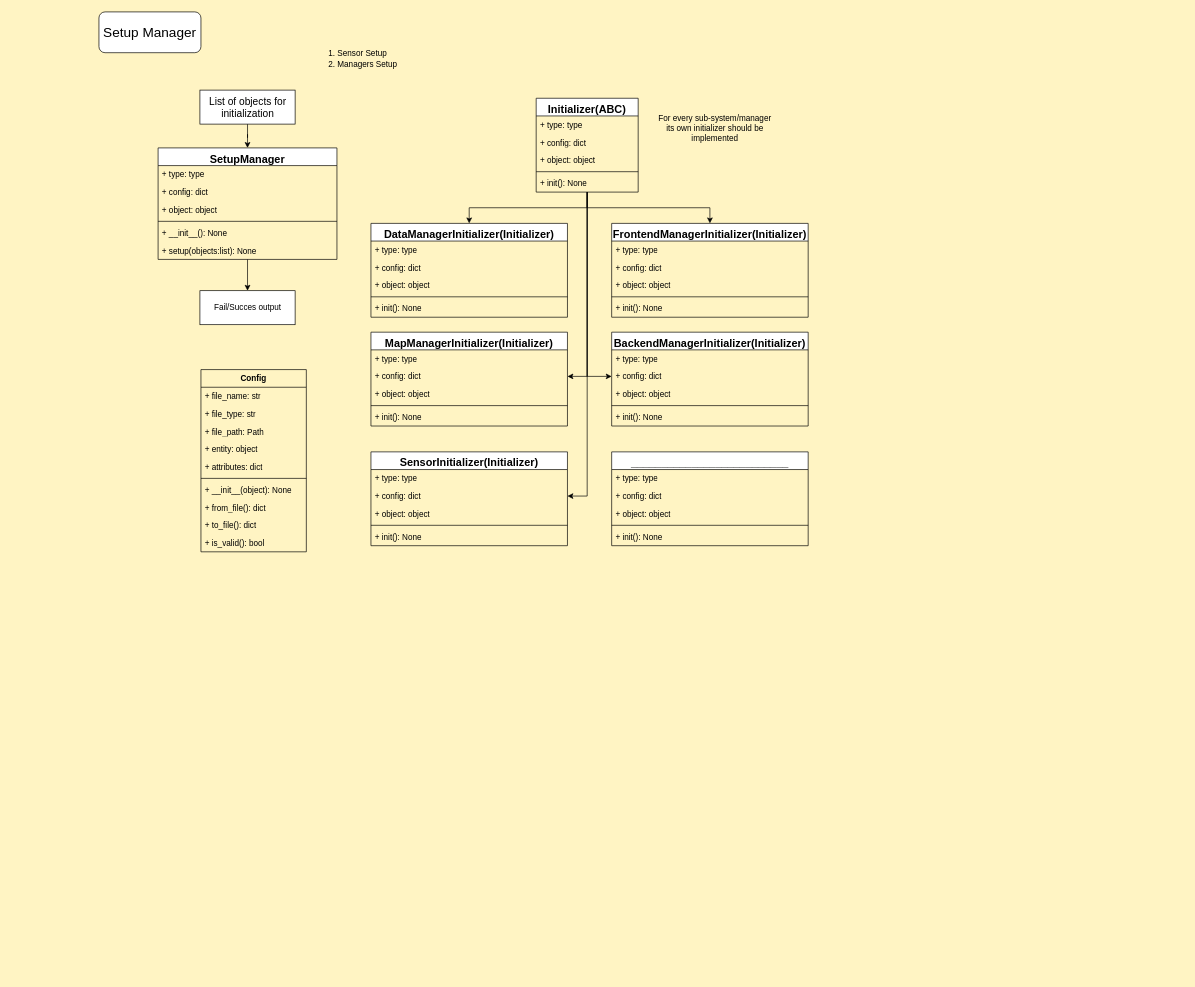
Before: docs/diagrams/SetupManager/SetupManager.drawio in fatrybl/ModuSLAM, a draw.io diagram. Source tidied: cells renumbered, new cells numbered last; positions are measured from the earlier drawing's top-left corner, leaving out a move shared by most shapes. Both pictures are drawn from the tidied source at 68%, with x=0, y=0 at pixel (99, 12).
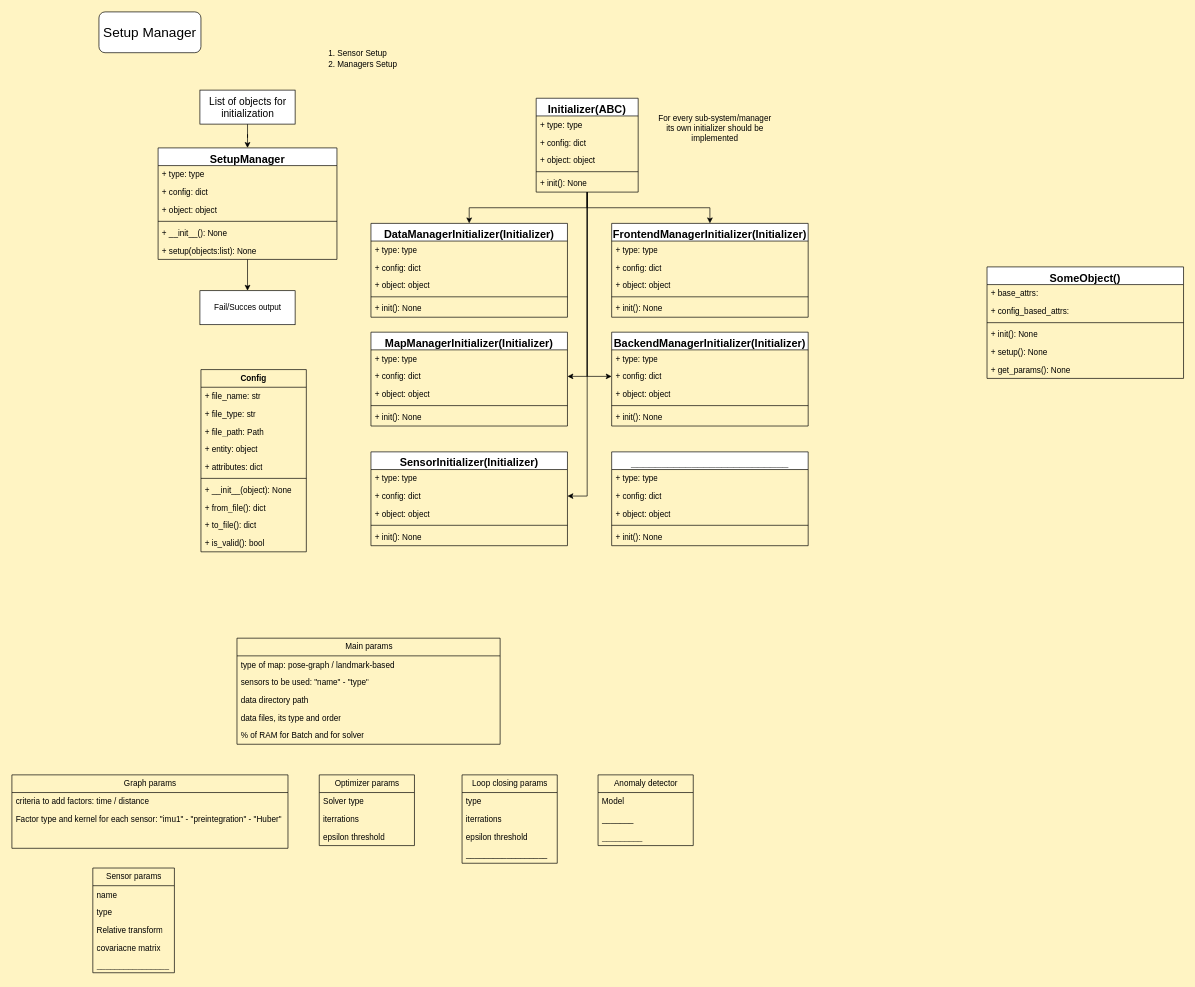
Above is the later version.

The edit, as a diff of the source:
```diff
@@
+    <mxCell id="74" value="Optimizer params" style="swimlane;fontStyle=0;horizontal=1;startSize=26;fillColor=none;html=1;" parent="1" vertex="1">
+      <mxGeometry x="324" y="1122" width="140" height="104" as="geometry" />
+    </mxCell>
+    <mxCell id="75" value="Solver type" style="text;strokeColor=none;fillColor=none;align=left;verticalAlign=top;spacingLeft=4;spacingRight=4;overflow=hidden;whiteSpace=wrap;html=1;" parent="74" vertex="1">
+      <mxGeometry y="26" width="140" height="26" as="geometry" />
+    </mxCell>
+    <mxCell id="76" value="iterrations" style="text;strokeColor=none;fillColor=none;align=left;verticalAlign=top;spacingLeft=4;spacingRight=4;overflow=hidden;whiteSpace=wrap;html=1;" parent="74" vertex="1">
+      <mxGeometry y="52" width="140" height="26" as="geometry" />
+    </mxCell>
+    <mxCell id="77" value="epsilon threshold" style="text;strokeColor=none;fillColor=none;align=left;verticalAlign=top;spacingLeft=4;spacingRight=4;overflow=hidden;whiteSpace=wrap;html=1;" parent="74" vertex="1">
+      <mxGeometry y="78" width="140" height="26" as="geometry" />
+    </mxCell>
+    <mxCell id="78" value="Loop closing params" style="swimlane;fontStyle=0;horizontal=1;startSize=26;fillColor=none;html=1;" parent="1" vertex="1">
+      <mxGeometry x="534" y="1122" width="140" height="130" as="geometry" />
+    </mxCell>
+    <mxCell id="79" value="type" style="text;strokeColor=none;fillColor=none;align=left;verticalAlign=top;spacingLeft=4;spacingRight=4;overflow=hidden;whiteSpace=wrap;html=1;" parent="78" vertex="1">
+      <mxGeometry y="26" width="140" height="26" as="geometry" />
+    </mxCell>
+    <mxCell id="80" value="iterrations" style="text;strokeColor=none;fillColor=none;align=left;verticalAlign=top;spacingLeft=4;spacingRight=4;overflow=hidden;whiteSpace=wrap;html=1;" parent="78" vertex="1">
+      <mxGeometry y="52" width="140" height="26" as="geometry" />
+    </mxCell>
+    <mxCell id="81" value="epsilon threshold" style="text;strokeColor=none;fillColor=none;align=left;verticalAlign=top;spacingLeft=4;spacingRight=4;overflow=hidden;whiteSpace=wrap;html=1;" parent="78" vertex="1">
+      <mxGeometry y="78" width="140" height="26" as="geometry" />
+    </mxCell>
+    <mxCell id="82" value="__________________&lt;br&gt;" style="text;strokeColor=none;fillColor=none;align=left;verticalAlign=top;spacingLeft=4;spacingRight=4;overflow=hidden;whiteSpace=wrap;html=1;" parent="78" vertex="1">
+      <mxGeometry y="104" width="140" height="26" as="geometry" />
+    </mxCell>
+    <mxCell id="83" value="Anomaly detector" style="swimlane;fontStyle=0;horizontal=1;startSize=26;fillColor=none;html=1;" parent="1" vertex="1">
+      <mxGeometry x="734" y="1122" width="140" height="104" as="geometry" />
+    </mxCell>
+    <mxCell id="84" value="Model" style="text;strokeColor=none;fillColor=none;align=left;verticalAlign=top;spacingLeft=4;spacingRight=4;overflow=hidden;whiteSpace=wrap;html=1;" parent="83" vertex="1">
+      <mxGeometry y="26" width="140" height="26" as="geometry" />
+    </mxCell>
+    <mxCell id="85" value="_______" style="text;strokeColor=none;fillColor=none;align=left;verticalAlign=top;spacingLeft=4;spacingRight=4;overflow=hidden;whiteSpace=wrap;html=1;" parent="83" vertex="1">
+      <mxGeometry y="52" width="140" height="26" as="geometry" />
+    </mxCell>
+    <mxCell id="86" value="_________" style="text;strokeColor=none;fillColor=none;align=left;verticalAlign=top;spacingLeft=4;spacingRight=4;overflow=hidden;whiteSpace=wrap;html=1;" parent="83" vertex="1">
+      <mxGeometry y="78" width="140" height="26" as="geometry" />
+    </mxCell>
+    <mxCell id="87" value="Main params" style="swimlane;fontStyle=0;horizontal=1;startSize=26;fillColor=none;html=1;" parent="1" vertex="1">
+      <mxGeometry x="203" y="921" width="387" height="156" as="geometry" />
+    </mxCell>
+    <mxCell id="88" value="type of map: pose-graph / landmark-based" style="text;strokeColor=none;fillColor=none;align=left;verticalAlign=top;spacingLeft=4;spacingRight=4;overflow=hidden;whiteSpace=wrap;html=1;" parent="87" vertex="1">
+      <mxGeometry y="26" width="387" height="26" as="geometry" />
+    </mxCell>
+    <mxCell id="89" value="sensors to be used: &quot;name&quot; - &quot;type&quot;" style="text;strokeColor=none;fillColor=none;align=left;verticalAlign=top;spacingLeft=4;spacingRight=4;overflow=hidden;whiteSpace=wrap;html=1;" parent="87" vertex="1">
+      <mxGeometry y="52" width="387" height="26" as="geometry" />
+    </mxCell>
+    <mxCell id="90" value="data directory path" style="text;strokeColor=none;fillColor=none;align=left;verticalAlign=top;spacingLeft=4;spacingRight=4;overflow=hidden;whiteSpace=wrap;html=1;" parent="87" vertex="1">
+      <mxGeometry y="78" width="387" height="26" as="geometry" />
+    </mxCell>
+    <mxCell id="91" value="data files, its type and order" style="text;strokeColor=none;fillColor=none;align=left;verticalAlign=top;spacingLeft=4;spacingRight=4;overflow=hidden;whiteSpace=wrap;html=1;" parent="87" vertex="1">
+      <mxGeometry y="104" width="387" height="26" as="geometry" />
+    </mxCell>
+    <mxCell id="92" value="% of RAM for Batch and for solver" style="text;strokeColor=none;fillColor=none;align=left;verticalAlign=top;spacingLeft=4;spacingRight=4;overflow=hidden;whiteSpace=wrap;html=1;" parent="87" vertex="1">
+      <mxGeometry y="130" width="387" height="26" as="geometry" />
+    </mxCell>
+    <mxCell id="93" value="Graph params" style="swimlane;fontStyle=0;horizontal=1;startSize=26;fillColor=none;html=1;" parent="1" vertex="1">
+      <mxGeometry x="-128" y="1122" width="406" height="108" as="geometry" />
+    </mxCell>
+    <mxCell id="94" value="criteria to add factors: time / distance" style="text;strokeColor=none;fillColor=none;align=left;verticalAlign=top;spacingLeft=4;spacingRight=4;overflow=hidden;whiteSpace=wrap;html=1;" parent="93" vertex="1">
+      <mxGeometry y="26" width="406" height="26" as="geometry" />
+    </mxCell>
+    <mxCell id="95" value="Factor type and kernel for each sensor: &quot;imu1&quot; - &quot;preintegration&quot; - &quot;Huber&quot;" style="text;strokeColor=none;fillColor=none;align=left;verticalAlign=top;spacingLeft=4;spacingRight=4;overflow=hidden;whiteSpace=wrap;html=1;" parent="93" vertex="1">
+      <mxGeometry y="52" width="406" height="56" as="geometry" />
+    </mxCell>
+    <mxCell id="96" value="Sensor params" style="swimlane;fontStyle=0;horizontal=1;startSize=26;fillColor=none;html=1;" parent="1" vertex="1">
+      <mxGeometry x="-9" y="1259" width="120" height="154" as="geometry" />
+    </mxCell>
+    <mxCell id="97" value="name" style="text;strokeColor=none;fillColor=none;align=left;verticalAlign=top;spacingLeft=4;spacingRight=4;overflow=hidden;whiteSpace=wrap;html=1;" parent="96" vertex="1">
+      <mxGeometry y="26" width="120" height="26" as="geometry" />
+    </mxCell>
+    <mxCell id="98" value="type" style="text;strokeColor=none;fillColor=none;align=left;verticalAlign=top;spacingLeft=4;spacingRight=4;overflow=hidden;whiteSpace=wrap;html=1;" parent="96" vertex="1">
+      <mxGeometry y="52" width="120" height="26" as="geometry" />
+    </mxCell>
+    <mxCell id="99" value="Relative transform" style="text;strokeColor=none;fillColor=none;align=left;verticalAlign=top;spacingLeft=4;spacingRight=4;overflow=hidden;whiteSpace=wrap;html=1;" parent="96" vertex="1">
+      <mxGeometry y="78" width="120" height="26" as="geometry" />
+    </mxCell>
+    <mxCell id="100" value="covariacne matrix" style="text;strokeColor=none;fillColor=none;align=left;verticalAlign=top;spacingLeft=4;spacingRight=4;overflow=hidden;whiteSpace=wrap;html=1;" parent="96" vertex="1">
+      <mxGeometry y="104" width="120" height="25" as="geometry" />
+    </mxCell>
+    <mxCell id="101" value="________________" style="text;strokeColor=none;fillColor=none;align=left;verticalAlign=top;spacingLeft=4;spacingRight=4;overflow=hidden;whiteSpace=wrap;html=1;" parent="96" vertex="1">
+      <mxGeometry y="129" width="120" height="25" as="geometry" />
+    </mxCell>
+    <mxCell id="102" value="&lt;font style=&quot;font-size: 16px;&quot;&gt;SomeObject()&lt;/font&gt;" style="swimlane;fontStyle=1;align=center;verticalAlign=top;horizontal=1;startSize=26;whiteSpace=wrap;html=1;" parent="1" vertex="1">
+      <mxGeometry x="1306" y="375" width="289" height="164" as="geometry" />
+    </mxCell>
+    <mxCell id="103" value="+ base_attrs:&lt;br&gt;" style="text;strokeColor=none;fillColor=none;align=left;verticalAlign=top;spacingLeft=4;spacingRight=4;overflow=hidden;whiteSpace=wrap;html=1;" parent="102" vertex="1">
+      <mxGeometry y="26" width="289" height="26" as="geometry" />
+    </mxCell>
+    <mxCell id="104" value="+ config_based_attrs:" style="text;strokeColor=none;fillColor=none;align=left;verticalAlign=top;spacingLeft=4;spacingRight=4;overflow=hidden;whiteSpace=wrap;html=1;" parent="102" vertex="1">
+      <mxGeometry y="52" width="289" height="26" as="geometry" />
+    </mxCell>
+    <mxCell id="105" style="line;strokeWidth=1;fillColor=none;align=left;verticalAlign=middle;spacingTop=-1;spacingLeft=3;spacingRight=3;labelPosition=right;strokeColor=inherit;" parent="102" vertex="1">
+      <mxGeometry y="78" width="289" height="8" as="geometry" />
+    </mxCell>
+    <mxCell id="106" value="+ init(): None" style="text;strokeColor=none;fillColor=none;align=left;verticalAlign=top;spacingLeft=4;spacingRight=4;overflow=hidden;whiteSpace=wrap;html=1;" parent="102" vertex="1">
+      <mxGeometry y="86" width="289" height="26" as="geometry" />
+    </mxCell>
+    <mxCell id="107" value="+ setup(): None" style="text;strokeColor=none;fillColor=none;align=left;verticalAlign=top;spacingLeft=4;spacingRight=4;overflow=hidden;whiteSpace=wrap;html=1;" parent="102" vertex="1">
+      <mxGeometry y="112" width="289" height="26" as="geometry" />
+    </mxCell>
+    <mxCell id="108" value="+ get_params(): None" style="text;strokeColor=none;fillColor=none;align=left;verticalAlign=top;spacingLeft=4;spacingRight=4;overflow=hidden;whiteSpace=wrap;html=1;" parent="102" vertex="1">
+      <mxGeometry y="138" width="289" height="26" as="geometry" />
+    </mxCell>
```
